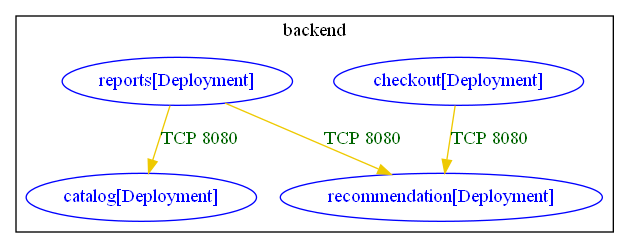
This is test_outputs/connlist/acs-security-demos_focus_workload_checkout_reports_egress_with_recommendation_catalog_connlist_output.dot.png from np-guard/netpol-analyzer, a Graphviz export, as it was before one commit. Its source is kept beside it as test_outputs/connlist/acs-security-demos_focus_workload_checkout_reports_egress_with_recommendation_catalog_connlist_output.dot. Its diagram source:
```dot
digraph {
	subgraph "cluster_backend" {
		color="black"
		fontcolor="black"
		"backend/catalog[Deployment]" [label="catalog[Deployment]" color="blue" fontcolor="blue"]
		"backend/checkout[Deployment]" [label="checkout[Deployment]" color="blue" fontcolor="blue"]
		"backend/recommendation[Deployment]" [label="recommendation[Deployment]" color="blue" fontcolor="blue"]
		"backend/reports[Deployment]" [label="reports[Deployment]" color="blue" fontcolor="blue"]
		label="backend"
	}
	"backend/checkout[Deployment]" -> "backend/recommendation[Deployment]" [label="TCP 8080" color="gold2" fontcolor="darkgreen" weight=0.5]
	"backend/reports[Deployment]" -> "backend/catalog[Deployment]" [label="TCP 8080" color="gold2" fontcolor="darkgreen" weight=1]
	"backend/reports[Deployment]" -> "backend/recommendation[Deployment]" [label="TCP 8080" color="gold2" fontcolor="darkgreen" weight=1]
}
```
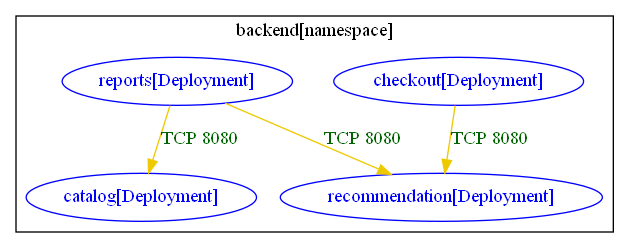
Later version of the same file.

Change to the diagram source:
```diff
@@ -1,12 +1,12 @@
 digraph {
-	subgraph "cluster_backend" {
+	subgraph "cluster_backend[namespace]" {
 		color="black"
 		fontcolor="black"
 		"backend/catalog[Deployment]" [label="catalog[Deployment]" color="blue" fontcolor="blue"]
 		"backend/checkout[Deployment]" [label="checkout[Deployment]" color="blue" fontcolor="blue"]
 		"backend/recommendation[Deployment]" [label="recommendation[Deployment]" color="blue" fontcolor="blue"]
 		"backend/reports[Deployment]" [label="reports[Deployment]" color="blue" fontcolor="blue"]
-		label="backend"
+		label="backend[namespace]"
 	}
 	"backend/checkout[Deployment]" -> "backend/recommendation[Deployment]" [label="TCP 8080" color="gold2" fontcolor="darkgreen" weight=0.5]
 	"backend/reports[Deployment]" -> "backend/catalog[Deployment]" [label="TCP 8080" color="gold2" fontcolor="darkgreen" weight=1]
```
